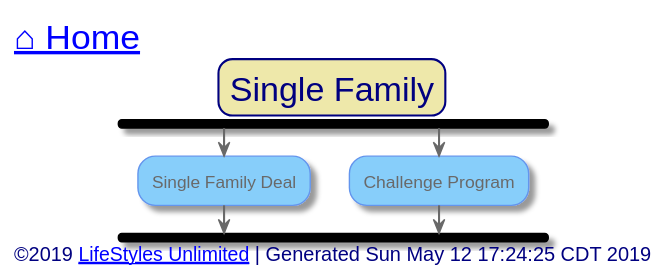
Above: out/src/single-family/index.svg in toddmo/lifestylesunlimited (PlantUML), before the change.
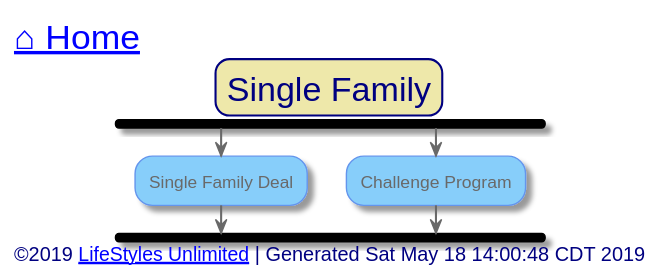
The same diagram one commit later.

What changed in the source:
```diff
@@ -90,7 +90,7 @@
 
 
 left footer
-	<font size=14>©2019 [[http://www.lifestylesunlimited.com LifeStyles Unlimited]] | Generated Sun May 12 17:24:25 CDT 2019</font>
+	<font size=14>©2019 [[http://www.lifestylesunlimited.com LifeStyles Unlimited]] | Generated Sat May 18 14:00:48 CDT 2019</font>
 endfooter
 
 
```
